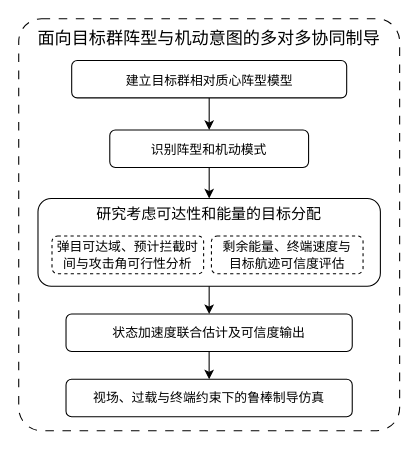
The draw.io diagram 面向目标群阵型与机动意图的多对多协同制导.drawio in master-fency/plot, before the edit. Source tidied: cells renumbered, new cells numbered last; positions are measured from the earlier drawing's top-left corner, leaving out a move shared by most shapes. Both pictures are drawn from the tidied source at 107%, with x=0, y=0 at pixel (18, 18).
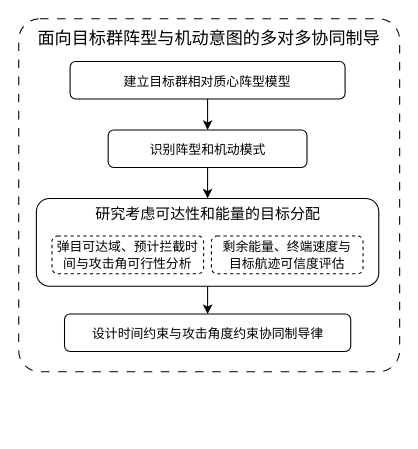
Above is the later version.

Commit message (it also covers changes not shown here):
更新面向目标群阵型与机动意图的多对多协同制导.drawio

What changed in the source:
```diff
@@
 <mxGraphModel>
   <root>
     <mxCell id="0" />
     <mxCell id="1" parent="0" />
     <mxCell id="2" value="&lt;span style=&quot;font-size: 12pt; line-height: 150%;&quot;&gt;&lt;font face=&quot;Times New Roman&quot;&gt;面向目标群阵型与机动意图的多对多协同制导&lt;/font&gt;&lt;/span&gt;" style="rounded=1;whiteSpace=wrap;html=1;roundedPerimeter=1;fontFamily=Times New Roman;verticalAlign=top;arcSize=6;strokeColor=default;dashed=1;dashPattern=8 8;" parent="1" vertex="1">
-      <mxGeometry width="356" height="385" as="geometry" />
+      <mxGeometry width="356" height="330" as="geometry" />
     </mxCell>
     <mxCell id="3" value="&lt;span style=&quot;line-height: 150%;&quot;&gt;&lt;font style=&quot;font-size: 14px;&quot; face=&quot;Times New Roman&quot;&gt;研究考虑可达性和能量的目标分配&lt;/font&gt;&lt;/span&gt;" style="rounded=1;whiteSpace=wrap;html=1;roundedPerimeter=1;fontFamily=Times New Roman;verticalAlign=top;" parent="1" vertex="1">
-      <mxGeometry x="18" y="168" width="320" height="82" as="geometry" />
+      <mxGeometry x="16.5" y="168" width="320" height="82" as="geometry" />
     </mxCell>
     <mxCell id="4" style="edgeStyle=orthogonalEdgeStyle;rounded=0;jettySize=auto;html=1;exitX=0.5;exitY=1;exitDx=0;exitDy=0;entryX=0.5;entryY=0;entryDx=0;entryDy=0;fontFamily=Helvetica;fontSize=12;fontColor=default;defaultLabelBackgroundColor=page;" parent="1" edge="1" source="5" target="9">
       <mxGeometry relative="1" as="geometry" />
     </mxCell>
     <mxCell id="5" value="&lt;span style=&quot;line-height: 150%;&quot;&gt;&lt;font&gt;建立目标群相对质心阵型模型&lt;/font&gt;&lt;/span&gt;" style="rounded=1;whiteSpace=wrap;html=1;roundedPerimeter=1;fontFamily=Times New Roman;" parent="1" vertex="1">
-      <mxGeometry x="49.5" y="39" width="257" height="35" as="geometry" />
+      <mxGeometry x="48" y="40" width="257" height="35" as="geometry" />
     </mxCell>
-    <mxCell id="6" style="edgeStyle=orthogonalEdgeStyle;rounded=0;jettySize=auto;html=1;exitX=0.5;exitY=1;exitDx=0;exitDy=0;entryX=0.5;entryY=0;entryDx=0;entryDy=0;fontFamily=Helvetica;fontSize=12;fontColor=default;defaultLabelBackgroundColor=page;" parent="1" edge="1" source="7" target="10">
-      <mxGeometry relative="1" as="geometry" />
-    </mxCell>
-    <mxCell id="7" value="&lt;font&gt;状态加速度联合估计及可信度输出&lt;/font&gt;" style="rounded=1;whiteSpace=wrap;html=1;roundedPerimeter=1;fontFamily=Times New Roman;" parent="1" vertex="1">
-      <mxGeometry x="44.2" y="276" width="267.5" height="35" as="geometry" />
-    </mxCell>
     <mxCell id="8" style="edgeStyle=orthogonalEdgeStyle;rounded=0;jettySize=auto;html=1;exitX=0.5;exitY=1;exitDx=0;exitDy=0;entryX=0.5;entryY=0;entryDx=0;entryDy=0;fontFamily=Helvetica;fontSize=12;fontColor=default;defaultLabelBackgroundColor=page;" parent="1" edge="1" source="9" target="3">
       <mxGeometry relative="1" as="geometry" />
     </mxCell>
     <mxCell id="9" value="&lt;span style=&quot;line-height: 150%;&quot;&gt;&lt;font face=&quot;Times New Roman&quot;&gt;识别阵型和机动模式&lt;/font&gt;&lt;/span&gt;" style="rounded=1;whiteSpace=wrap;html=1;roundedPerimeter=1;fontFamily=Times New Roman;" parent="1" vertex="1">
-      <mxGeometry x="85.1" y="104" width="185.8" height="35" as="geometry" />
+      <mxGeometry x="83.6" y="104" width="185.8" height="35" as="geometry" />
     </mxCell>
-    <mxCell id="10" value="&lt;font&gt;视场、过载与终端约束下的鲁棒制导仿真&lt;/font&gt;" style="rounded=1;whiteSpace=wrap;html=1;roundedPerimeter=1;fontFamily=Times New Roman;" parent="1" vertex="1">
-      <mxGeometry x="44.2" y="337" width="267.5" height="35" as="geometry" />
+    <mxCell id="10" value="&lt;span style=&quot;line-height: 150%;&quot;&gt;&lt;font face=&quot;Times New Roman&quot;&gt;设计时间约束与攻击角度约束协同制导律&lt;/font&gt;&lt;/span&gt;" style="rounded=1;whiteSpace=wrap;html=1;roundedPerimeter=1;fontFamily=Times New Roman;" parent="1" vertex="1">
+      <mxGeometry x="42.8" y="276" width="267.5" height="35" as="geometry" />
     </mxCell>
-    <mxCell id="11" style="edgeStyle=orthogonalEdgeStyle;rounded=0;jettySize=auto;html=1;exitX=0.5;exitY=1;exitDx=0;exitDy=0;entryX=0.5;entryY=0;entryDx=0;entryDy=0;fontFamily=Helvetica;fontSize=12;fontColor=default;defaultLabelBackgroundColor=page;" parent="1" edge="1" source="3" target="7">
+    <mxCell id="11" style="edgeStyle=orthogonalEdgeStyle;rounded=0;jettySize=auto;html=1;exitX=0.5;exitY=1;exitDx=0;exitDy=0;entryX=0.5;entryY=0;entryDx=0;entryDy=0;fontFamily=Helvetica;fontSize=12;fontColor=default;defaultLabelBackgroundColor=page;" parent="1" edge="1" source="3" target="10">
       <mxGeometry relative="1" as="geometry" />
     </mxCell>
     <mxCell id="12" style="group;" parent="1" vertex="1">
       <mxGeometry x="31.1" y="203" width="290.7" height="35.4" as="geometry" />
     </mxCell>
     <mxCell id="13" value="弹目可达域、预计拦截时间与攻击角可行性分析" style="rounded=1;whiteSpace=wrap;html=1;roundedPerimeter=1;fontFamily=Times New Roman;dashed=1;" parent="12" vertex="1">
       <mxGeometry width="141.7" height="35.4" as="geometry" />
     </mxCell>
     <mxCell id="14" value="剩余能量、终端速度与&lt;div&gt;目标航迹可信度评估&lt;/div&gt;" style="rounded=1;whiteSpace=wrap;html=1;roundedPerimeter=1;fontFamily=Times New Roman;dashed=1;" parent="12" vertex="1">
       <mxGeometry x="149" width="141.7" height="35.4" as="geometry" />
     </mxCell>
   </root>
 </mxGraphModel>
```
